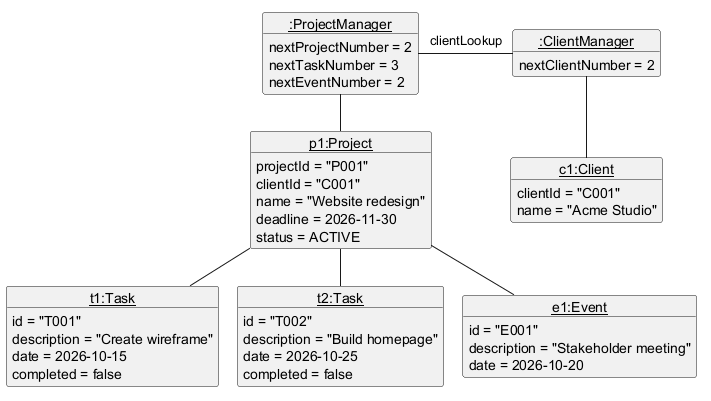
The PlantUML diagram docs/images/CreationObjectDiagram.png in AY2627S1-CS2113-T10-3/tp, before a commit. Its diagram source:
```plantuml
@startuml
!pragma layout smetana
hide circle
hide empty members
skinparam nodesep 50
skinparam ranksep 60

object "<u>:ProjectManager</u>" as pm {
  nextProjectNumber = 2
  nextTaskNumber = 3
  nextEventNumber = 2
}

object "<u>:ClientManager</u>" as cm {
  nextClientNumber = 2
}

object "<u>c1:Client</u>" as c1 {
  clientId = "C001"
  name = "Acme Studio"
}

object "<u>p1:Project</u>" as p1 {
  projectId = "P001"
  clientId = "C001"
  name = "Website redesign"
  deadline = 2026-11-30
  status = ACTIVE
}

object "<u>t1:Task</u>" as t1 {
  id = "T001"
  description = "Create wireframe"
  date = 2026-10-15
  completed = false
}

object "<u>t2:Task</u>" as t2 {
  id = "T002"
  description = "Build homepage"
  date = 2026-10-25
  completed = false
}

object "<u>e1:Event</u>" as e1 {
  id = "E001"
  description = "Stakeholder meeting"
  date = 2026-10-20
}

pm -right- cm : "clientLookup"
cm -down- c1
pm -down- p1
p1 -down- t1
p1 -down- t2
p1 -down- e1
@enduml
```
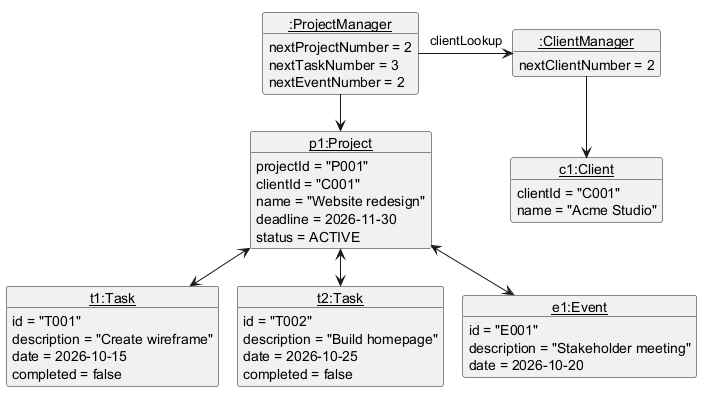
After the commit.

Commit message:
Add navigability arrows to the creation object diagram

The edit, as a diff of the source:
```diff
@@ -48,10 +48,10 @@
   date = 2026-10-20
 }
 
-pm -right- cm : "clientLookup"
-cm -down- c1
-pm -down- p1
-p1 -down- t1
-p1 -down- t2
-p1 -down- e1
+pm -right-> cm : "clientLookup"
+cm -down-> c1
+pm -down-> p1
+p1 <-down-> t1
+p1 <-down-> t2
+p1 <-down-> e1
 @enduml
```
